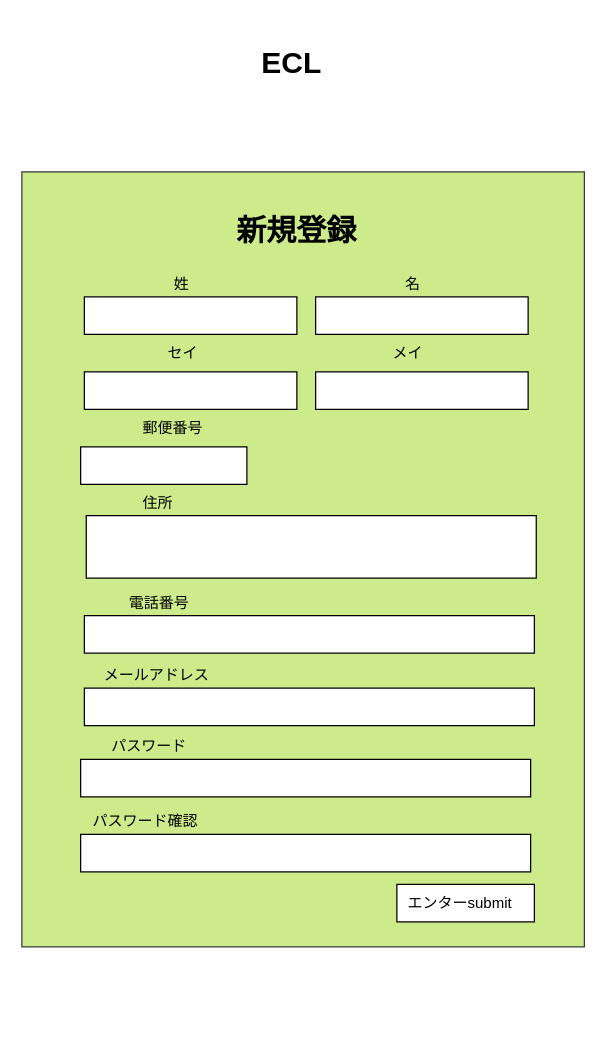
ecl11/ECL keeps this draw.io diagram as ワイヤーフレーム/user/user_signup.drawio. Above is the earlier version. Source tidied: cells renumbered, new cells numbered last; positions are measured from the earlier drawing's top-left corner, leaving out a move shared by most shapes. Both pictures are drawn from the tidied source at 125%, with x=0, y=0 at pixel (21, 21).
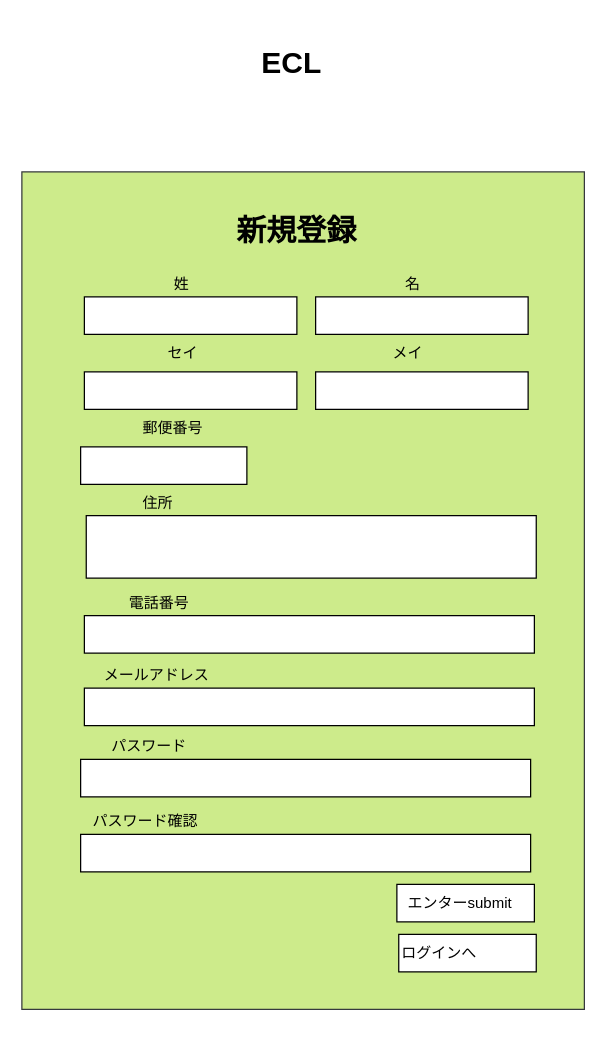
Above is the later version.

What changed in the source:
```diff
@@
     <mxCell id="4" style="rounded=0;whiteSpace=wrap;html=1;strokeWidth=1;align=left;fillColor=#cdeb8b;strokeColor=#36393d;" parent="1" vertex="1">
-      <mxGeometry y="120" width="450" height="620" as="geometry" />
+      <mxGeometry y="120" width="450" height="670" as="geometry" />
     </mxCell>
@@
+    <mxCell id="30" value="ログインへ" style="rounded=0;whiteSpace=wrap;html=1;strokeWidth=1;align=left;" parent="1" vertex="1">
+      <mxGeometry x="301.5" y="730" width="110" height="30" as="geometry" />
+    </mxCell>
```
